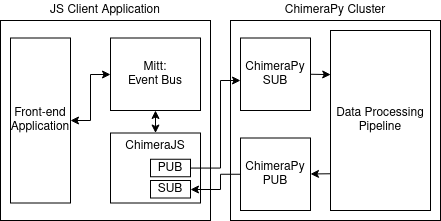
Above: docs/_static/ChimeraJS.drawio.png in ChimeraPy/ChimeraJS-Integrator (draw.io), before the change. Source tidied: cells renumbered, new cells last; positions are measured from the earlier drawing's top-left corner, leaving out a move shared by most shapes. Source of this version:
```xml
<mxGraphModel>
  <root>
    <mxCell id="0" />
    <mxCell id="1" parent="0" />
    <mxCell id="2" style="rounded=0;whiteSpace=wrap;html=1;" parent="1" vertex="1">
      <mxGeometry y="20" width="210" height="200" as="geometry" />
    </mxCell>
    <mxCell id="3" style="rounded=0;whiteSpace=wrap;html=1;" parent="1" vertex="1">
      <mxGeometry x="230" y="20" width="210" height="200" as="geometry" />
    </mxCell>
    <mxCell id="4" style="edgeStyle=orthogonalEdgeStyle;rounded=0;jettySize=auto;html=1;startArrow=classic;startFill=1;" parent="1" edge="1" source="5" target="6">
      <mxGeometry relative="1" as="geometry">
        <Array as="points">
          <mxPoint x="90" y="120" />
          <mxPoint x="90" y="74" />
        </Array>
      </mxGeometry>
    </mxCell>
    <mxCell id="5" value="Front-end Application" style="rounded=0;whiteSpace=wrap;html=1;" parent="1" vertex="1">
      <mxGeometry x="10" y="37.5" width="60" height="165" as="geometry" />
    </mxCell>
    <mxCell id="6" value="&lt;div&gt;Mitt:&lt;/div&gt;&lt;div&gt;Event Bus&lt;br&gt;&lt;/div&gt;" style="rounded=0;whiteSpace=wrap;html=1;" parent="1" vertex="1">
      <mxGeometry x="110" y="37.5" width="90" height="72.5" as="geometry" />
    </mxCell>
    <mxCell id="7" value="JS Client Application" style="text;html=1;strokeColor=none;fillColor=none;align=center;verticalAlign=middle;whiteSpace=wrap;rounded=0;" parent="1" vertex="1">
      <mxGeometry x="40" width="130" height="20" as="geometry" />
    </mxCell>
    <mxCell id="8" style="edgeStyle=orthogonalEdgeStyle;rounded=0;jettySize=auto;html=1;startArrow=classic;startFill=1;" parent="1" edge="1" source="9" target="6">
      <mxGeometry relative="1" as="geometry" />
    </mxCell>
    <mxCell id="9" value="&lt;div&gt;ChimeraJS&lt;/div&gt;&lt;div&gt;&lt;br&gt;&lt;/div&gt;&lt;div&gt;&lt;br&gt;&lt;/div&gt;&lt;div&gt;&lt;br&gt;&lt;/div&gt;" style="rounded=0;whiteSpace=wrap;html=1;" parent="1" vertex="1">
      <mxGeometry x="110" y="132.5" width="90" height="70" as="geometry" />
    </mxCell>
    <mxCell id="10" value="ChimeraPy Cluster" style="text;html=1;strokeColor=none;fillColor=none;align=center;verticalAlign=middle;whiteSpace=wrap;rounded=0;" parent="1" vertex="1">
      <mxGeometry x="270" width="130" height="20" as="geometry" />
    </mxCell>
    <mxCell id="11" style="edgeStyle=none;rounded=0;jettySize=auto;html=1;exitX=1;exitY=0.5;exitDx=0;exitDy=0;entryX=0.002;entryY=0.245;entryDx=0;entryDy=0;startArrow=none;startFill=0;entryPerimeter=0;" parent="1" edge="1" source="12" target="14">
      <mxGeometry relative="1" as="geometry" />
    </mxCell>
    <mxCell id="12" value="&lt;div&gt;ChimeraPy&lt;/div&gt;&lt;div&gt;SUB&lt;br&gt;&lt;/div&gt;" style="rounded=0;whiteSpace=wrap;html=1;" parent="1" vertex="1">
      <mxGeometry x="240" y="37.5" width="70" height="72.5" as="geometry" />
    </mxCell>
    <mxCell id="13" style="edgeStyle=none;rounded=0;jettySize=auto;html=1;startArrow=none;startFill=0;arcSize=0;exitX=-0.001;exitY=0.796;exitDx=0;exitDy=0;exitPerimeter=0;" parent="1" edge="1" source="14" target="19">
      <mxGeometry relative="1" as="geometry" />
    </mxCell>
    <mxCell id="14" value="Data Processing Pipeline" style="rounded=0;whiteSpace=wrap;html=1;" parent="1" vertex="1">
      <mxGeometry x="330" y="30" width="100" height="180" as="geometry" />
    </mxCell>
    <mxCell id="15" value="SUB" style="rounded=0;whiteSpace=wrap;html=1;" parent="1" vertex="1">
      <mxGeometry x="150" y="180" width="40" height="17.5" as="geometry" />
    </mxCell>
    <mxCell id="16" style="edgeStyle=orthogonalEdgeStyle;rounded=0;jettySize=auto;html=1;startArrow=none;startFill=0;" parent="1" edge="1" source="17" target="12">
      <mxGeometry relative="1" as="geometry">
        <Array as="points">
          <mxPoint x="220" y="168" />
          <mxPoint x="220" y="80" />
        </Array>
      </mxGeometry>
    </mxCell>
    <mxCell id="17" value="PUB" style="rounded=0;whiteSpace=wrap;html=1;" parent="1" vertex="1">
      <mxGeometry x="150" y="158.8" width="40" height="17.5" as="geometry" />
    </mxCell>
    <mxCell id="18" style="edgeStyle=orthogonalEdgeStyle;rounded=0;jettySize=auto;html=1;startArrow=none;startFill=0;" parent="1" edge="1" source="19" target="15">
      <mxGeometry relative="1" as="geometry">
        <Array as="points">
          <mxPoint x="220" y="174" />
          <mxPoint x="220" y="189" />
        </Array>
      </mxGeometry>
    </mxCell>
    <mxCell id="19" value="&lt;div&gt;ChimeraPy&lt;/div&gt;&lt;div&gt;PUB&lt;br&gt;&lt;/div&gt;" style="rounded=0;whiteSpace=wrap;html=1;" parent="1" vertex="1">
      <mxGeometry x="240" y="137.5" width="70" height="72.5" as="geometry" />
    </mxCell>
  </root>
</mxGraphModel>
```
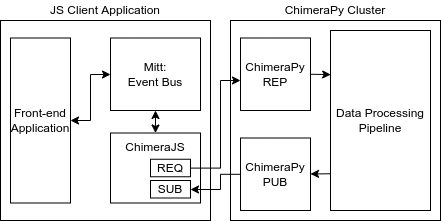
After the change.

Diff of the diagram source:
```diff
@@ -37,7 +37,7 @@
     <mxCell id="11" style="edgeStyle=none;rounded=0;jettySize=auto;html=1;exitX=1;exitY=0.5;exitDx=0;exitDy=0;entryX=0.002;entryY=0.245;entryDx=0;entryDy=0;startArrow=none;startFill=0;entryPerimeter=0;" parent="1" edge="1" source="12" target="14">
       <mxGeometry relative="1" as="geometry" />
     </mxCell>
-    <mxCell id="12" value="&lt;div&gt;ChimeraPy&lt;/div&gt;&lt;div&gt;SUB&lt;br&gt;&lt;/div&gt;" style="rounded=0;whiteSpace=wrap;html=1;" parent="1" vertex="1">
+    <mxCell id="12" value="&lt;div&gt;ChimeraPy&lt;/div&gt;&lt;div&gt;REP&lt;/div&gt;" style="rounded=0;whiteSpace=wrap;html=1;" parent="1" vertex="1">
       <mxGeometry x="240" y="37.5" width="70" height="72.5" as="geometry" />
     </mxCell>
     <mxCell id="13" style="edgeStyle=none;rounded=0;jettySize=auto;html=1;startArrow=none;startFill=0;arcSize=0;exitX=-0.001;exitY=0.796;exitDx=0;exitDy=0;exitPerimeter=0;" parent="1" edge="1" source="14" target="19">
@@ -57,7 +57,7 @@
         </Array>
       </mxGeometry>
     </mxCell>
-    <mxCell id="17" value="PUB" style="rounded=0;whiteSpace=wrap;html=1;" parent="1" vertex="1">
+    <mxCell id="17" value="REQ" style="rounded=0;whiteSpace=wrap;html=1;" parent="1" vertex="1">
       <mxGeometry x="150" y="158.8" width="40" height="17.5" as="geometry" />
     </mxCell>
     <mxCell id="18" style="edgeStyle=orthogonalEdgeStyle;rounded=0;jettySize=auto;html=1;startArrow=none;startFill=0;" parent="1" edge="1" source="19" target="15">
```
